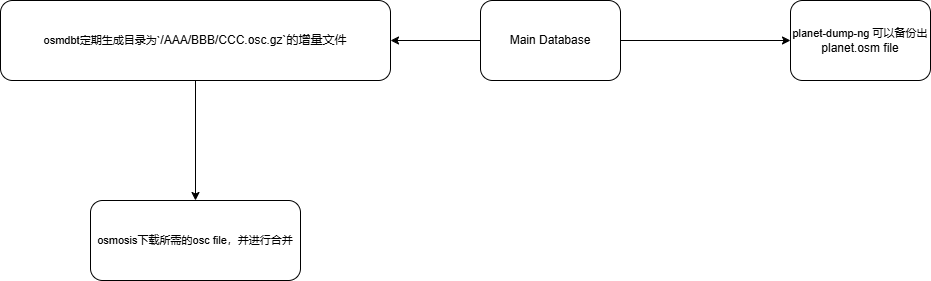
The draw.io diagram osm数据增量更新流程.drawio.png in 472542625/drawio, before a commit. Source tidied: cells renumbered, new cells last; positions are measured from the earlier drawing's top-left corner, leaving out a move shared by most shapes.
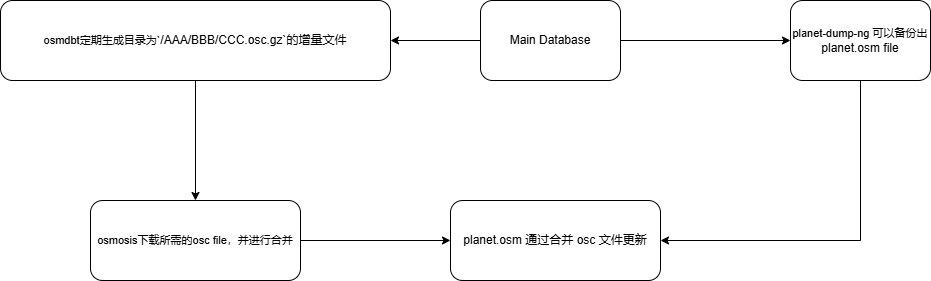
Above is the later version.

Commit message:
更新osm数据增量更新流程.drawio.png

What changed in the source:
```diff
@@ -17,11 +17,24 @@
     <mxCell id="6" value="&lt;span style=&quot;font-size: 11px; text-wrap-mode: nowrap; background-color: rgb(255, 255, 255);&quot;&gt;osmdbt定期生成目录为`&lt;/span&gt;/AAA/BBB/CCC.osc.gz`的增量文件" style="rounded=1;whiteSpace=wrap;html=1;fontSize=12;glass=0;strokeWidth=1;shadow=0;" parent="1" vertex="1">
       <mxGeometry width="390" height="80" as="geometry" />
     </mxCell>
+    <mxCell id="9" style="edgeStyle=orthogonalEdgeStyle;rounded=0;jettySize=auto;html=1;entryX=0;entryY=0.5;entryDx=0;entryDy=0;" parent="1" edge="1" source="7" target="11">
+      <mxGeometry relative="1" as="geometry" />
+    </mxCell>
     <mxCell id="7" value="&lt;span style=&quot;font-size: 11px; text-wrap-mode: nowrap; background-color: rgb(255, 255, 255);&quot;&gt;osmosis下载所需的osc file，并进行合并&lt;/span&gt;" style="rounded=1;whiteSpace=wrap;html=1;fontSize=12;glass=0;strokeWidth=1;shadow=0;" parent="1" vertex="1">
       <mxGeometry x="90" y="200" width="210" height="80" as="geometry" />
     </mxCell>
+    <mxCell id="10" style="edgeStyle=orthogonalEdgeStyle;rounded=0;jettySize=auto;html=1;entryX=1;entryY=0.5;entryDx=0;entryDy=0;" parent="1" edge="1" source="8" target="11">
+      <mxGeometry relative="1" as="geometry">
+        <Array as="points">
+          <mxPoint x="860" y="240" />
+        </Array>
+      </mxGeometry>
+    </mxCell>
     <mxCell id="8" value="&lt;span style=&quot;text-wrap-mode: nowrap; font-size: 11px; background-color: rgb(255, 255, 255);&quot;&gt;planet-dump-ng 可以备份出&lt;/span&gt;planet.osm file" style="rounded=1;whiteSpace=wrap;html=1;fontSize=12;glass=0;strokeWidth=1;shadow=0;" parent="1" vertex="1">
       <mxGeometry x="790" width="140" height="80" as="geometry" />
     </mxCell>
+    <mxCell id="11" value="planet.osm 通过合并 osc 文件更新" style="rounded=1;whiteSpace=wrap;html=1;fontSize=12;glass=0;strokeWidth=1;shadow=0;" parent="1" vertex="1">
+      <mxGeometry x="450" y="200" width="210" height="80" as="geometry" />
+    </mxCell>
   </root>
 </mxGraphModel>
```
